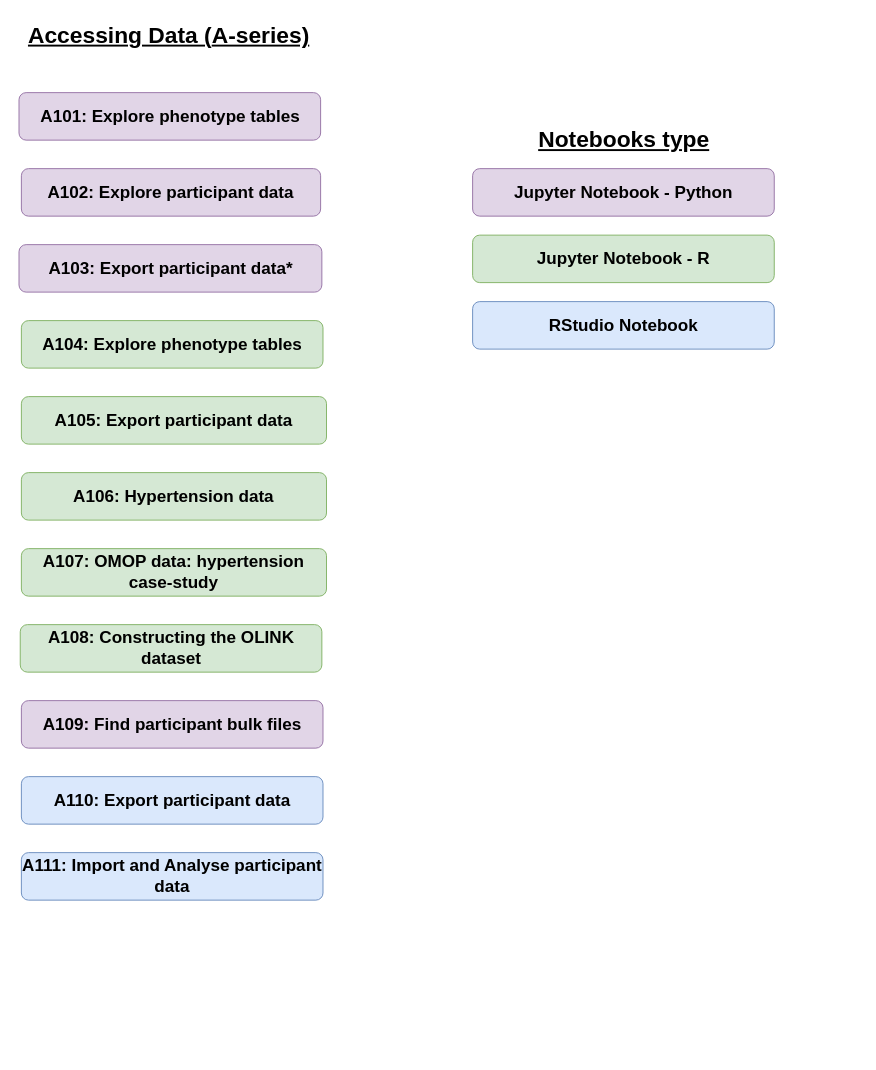
Above: access_data.drawio in UK-Biobank/UKB-RAP-Notebooks-Access (draw.io), before the change. Source tidied: cells renumbered, new cells numbered last; positions are measured from the earlier drawing's top-left corner, leaving out a move shared by most shapes. Both pictures are drawn from the tidied source at 95%, with x=0, y=0 at pixel (16, 16).
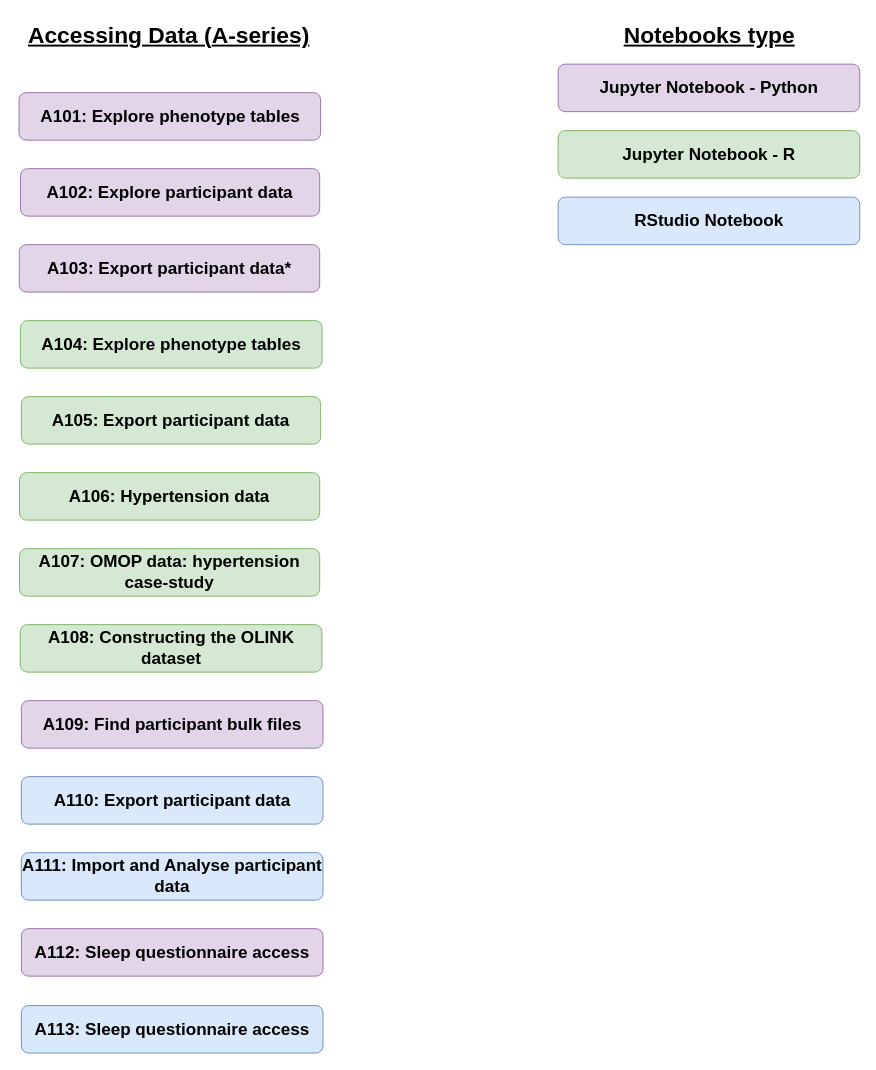
Above is the later version.

Commit message (it also covers changes not shown here):
Add RStudio notebook for sleep questionnaire data access (#27)

The edit, as a diff of the source:
```diff
@@
 <mxGraphModel>
   <root>
     <mxCell id="0" />
     <mxCell id="1" parent="0" />
     <mxCell id="2" value="&lt;font style=&quot;font-size: 24px;&quot;&gt;&lt;b style=&quot;&quot;&gt;&lt;u style=&quot;&quot;&gt;&lt;font style=&quot;font-size: 24px;&quot;&gt;Accessing Data (&lt;/font&gt;&lt;/u&gt;&lt;/b&gt;&lt;b style=&quot;background-color: initial;&quot;&gt;&lt;u style=&quot;&quot;&gt;A-series)&lt;/u&gt;&lt;/b&gt;&lt;/font&gt;" style="text;html=1;align=center;verticalAlign=middle;strokeColor=none;fillColor=none;fontSize=14;" parent="1" vertex="1">
       <mxGeometry width="320" height="40" as="geometry" />
     </mxCell>
     <mxCell id="3" value="&lt;p&gt;&lt;font size=&quot;1&quot; style=&quot;&quot; color=&quot;#000000&quot;&gt;&lt;b style=&quot;font-size: 18px;&quot;&gt;A101: Explore phenotype tables&lt;/b&gt;&lt;/font&gt;&lt;/p&gt;" style="whiteSpace=wrap;html=1;fillColor=#e1d5e7;strokeColor=#9673a6;rounded=1;" parent="1" vertex="1">
       <mxGeometry x="2.5" y="80" width="317.5" height="50" as="geometry" />
     </mxCell>
     <mxCell id="4" value="&lt;p&gt;&lt;b&gt;&lt;font style=&quot;font-size: 18px;&quot; color=&quot;#000000&quot;&gt;A102: Explore participant data&lt;/font&gt;&lt;/b&gt;&lt;/p&gt;" style="whiteSpace=wrap;html=1;fillColor=#e1d5e7;strokeColor=#9673a6;rounded=1;" parent="1" vertex="1">
-      <mxGeometry x="5" y="160" width="315" height="50" as="geometry" />
+      <mxGeometry x="4" y="160" width="315" height="50" as="geometry" />
     </mxCell>
     <mxCell id="5" value="&lt;p&gt;&lt;b&gt;&lt;font style=&quot;font-size: 18px;&quot; color=&quot;#000000&quot;&gt;A103: Export participant data*&lt;/font&gt;&lt;/b&gt;&lt;/p&gt;" style="whiteSpace=wrap;html=1;fillColor=#e1d5e7;strokeColor=#9673a6;rounded=1;" parent="1" vertex="1">
-      <mxGeometry x="2.5" y="240" width="318.8" height="50" as="geometry" />
+      <mxGeometry x="2.8" y="240" width="316.2" height="50" as="geometry" />
     </mxCell>
     <mxCell id="6" value="&lt;p&gt;&lt;b&gt;&lt;font style=&quot;font-size: 18px;&quot; color=&quot;#000000&quot;&gt;A104: Explore phenotype tables&lt;/font&gt;&lt;/b&gt;&lt;/p&gt;" style="whiteSpace=wrap;html=1;fillColor=#d5e8d4;strokeColor=#82b366;rounded=1;" parent="1" vertex="1">
-      <mxGeometry x="5" y="320" width="317.5" height="50" as="geometry" />
+      <mxGeometry x="4" y="320" width="317.5" height="50" as="geometry" />
     </mxCell>
     <mxCell id="7" value="&lt;p&gt;&lt;b&gt;&lt;font style=&quot;font-size: 18px;&quot; color=&quot;#000000&quot;&gt;A105: Export participant data&lt;/font&gt;&lt;/b&gt;&lt;/p&gt;" style="whiteSpace=wrap;html=1;fillColor=#d5e8d4;strokeColor=#82b366;rounded=1;" parent="1" vertex="1">
-      <mxGeometry x="5" y="400" width="321.2" height="50" as="geometry" />
+      <mxGeometry x="5" y="400" width="315" height="50" as="geometry" />
     </mxCell>
     <mxCell id="8" value="&lt;p style=&quot;font-size: 18px;&quot;&gt;&lt;b&gt;&lt;font style=&quot;font-size: 18px;&quot; color=&quot;#000000&quot;&gt;A107: &lt;/font&gt;&lt;span style=&quot;background-color: initial;&quot;&gt;OMOP data: hypertension case-study&lt;/span&gt;&lt;/b&gt;&lt;/p&gt;" style="whiteSpace=wrap;html=1;fillColor=#d5e8d4;strokeColor=#82b366;rounded=1;" parent="1" vertex="1">
-      <mxGeometry x="5" y="560" width="321.2" height="50" as="geometry" />
+      <mxGeometry x="3" y="560" width="316" height="50" as="geometry" />
     </mxCell>
     <mxCell id="9" value="&lt;p&gt;&lt;b&gt;&lt;font style=&quot;font-size: 18px;&quot; color=&quot;#000000&quot;&gt;A106: Hypertension data&lt;/font&gt;&lt;/b&gt;&lt;/p&gt;" style="whiteSpace=wrap;html=1;fillColor=#d5e8d4;strokeColor=#82b366;rounded=1;" parent="1" vertex="1">
-      <mxGeometry x="5" y="480" width="321.2" height="50" as="geometry" />
+      <mxGeometry x="3" y="480" width="316" height="50" as="geometry" />
     </mxCell>
     <mxCell id="10" value="&lt;p style=&quot;&quot;&gt;&lt;b style=&quot;&quot;&gt;&lt;font style=&quot;font-size: 18px;&quot; color=&quot;#000000&quot;&gt;A108: Constructing the OLINK dataset&lt;/font&gt;&lt;/b&gt;&lt;/p&gt;" style="whiteSpace=wrap;html=1;fillColor=#d5e8d4;strokeColor=#82b366;rounded=1;" parent="1" vertex="1">
       <mxGeometry x="3.8" y="640" width="317.5" height="50" as="geometry" />
     </mxCell>
     <mxCell id="11" value="&lt;p style=&quot;&quot;&gt;&lt;b style=&quot;&quot;&gt;&lt;font style=&quot;font-size: 18px;&quot; color=&quot;#000000&quot;&gt;A109: Find participant bulk files&lt;/font&gt;&lt;/b&gt;&lt;/p&gt;" style="whiteSpace=wrap;html=1;fillColor=#e1d5e7;strokeColor=#9673a6;rounded=1;" parent="1" vertex="1">
       <mxGeometry x="5" y="720" width="317.5" height="50" as="geometry" />
     </mxCell>
     <mxCell id="12" value="&lt;p style=&quot;&quot;&gt;&lt;b style=&quot;&quot;&gt;&lt;font style=&quot;font-size: 18px;&quot; color=&quot;#000000&quot;&gt;A110: Export participant data&lt;/font&gt;&lt;/b&gt;&lt;/p&gt;" style="whiteSpace=wrap;html=1;fillColor=#dae8fc;strokeColor=#6c8ebf;rounded=1;" parent="1" vertex="1">
       <mxGeometry x="5" y="800" width="317.5" height="50" as="geometry" />
     </mxCell>
     <mxCell id="13" value="&lt;p style=&quot;&quot;&gt;&lt;b style=&quot;&quot;&gt;&lt;font style=&quot;font-size: 18px;&quot; color=&quot;#000000&quot;&gt;A111: Import and Analyse participant data&lt;/font&gt;&lt;/b&gt;&lt;/p&gt;" style="whiteSpace=wrap;html=1;fillColor=#dae8fc;strokeColor=#6c8ebf;rounded=1;" parent="1" vertex="1">
       <mxGeometry x="5" y="880" width="317.5" height="50" as="geometry" />
     </mxCell>
     <mxCell id="14" value="&lt;p&gt;&lt;font size=&quot;1&quot; style=&quot;&quot; color=&quot;#000000&quot;&gt;&lt;b style=&quot;font-size: 18px;&quot;&gt;Jupyter Notebook - Python&lt;/b&gt;&lt;/font&gt;&lt;/p&gt;" style="whiteSpace=wrap;html=1;fillColor=#e1d5e7;strokeColor=#9673a6;rounded=1;shadow=0;" parent="1" vertex="1">
-      <mxGeometry x="480" y="160" width="317.5" height="50" as="geometry" />
+      <mxGeometry x="570" y="50" width="317.5" height="50" as="geometry" />
     </mxCell>
     <mxCell id="15" value="&lt;p&gt;&lt;font size=&quot;1&quot; style=&quot;&quot; color=&quot;#000000&quot;&gt;&lt;b style=&quot;font-size: 18px;&quot;&gt;Jupyter Notebook - R&lt;/b&gt;&lt;/font&gt;&lt;/p&gt;" style="whiteSpace=wrap;html=1;fillColor=#d5e8d4;strokeColor=#82b366;rounded=1;shadow=0;" parent="1" vertex="1">
-      <mxGeometry x="480" y="230" width="317.5" height="50" as="geometry" />
+      <mxGeometry x="570" y="120" width="317.5" height="50" as="geometry" />
     </mxCell>
     <mxCell id="16" value="&lt;p&gt;&lt;span style=&quot;font-size: 18px;&quot;&gt;&lt;b&gt;RStudio Notebook&lt;/b&gt;&lt;/span&gt;&lt;/p&gt;" style="whiteSpace=wrap;html=1;fillColor=#dae8fc;strokeColor=#6c8ebf;rounded=1;shadow=0;" parent="1" vertex="1">
-      <mxGeometry x="480" y="300" width="317.5" height="50" as="geometry" />
+      <mxGeometry x="570" y="190" width="317.5" height="50" as="geometry" />
     </mxCell>
     <mxCell id="17" value="&lt;span style=&quot;font-size: 24px;&quot;&gt;&lt;b&gt;&lt;u&gt;Notebooks type&lt;/u&gt;&lt;/b&gt;&lt;/span&gt;" style="text;html=1;align=center;verticalAlign=middle;strokeColor=none;fillColor=none;fontSize=14;" parent="1" vertex="1">
-      <mxGeometry x="538.8" y="110" width="200" height="40" as="geometry" />
+      <mxGeometry x="628.8" width="200" height="40" as="geometry" />
     </mxCell>
+    <mxCell id="18" value="&lt;p style=&quot;&quot;&gt;&lt;b style=&quot;&quot;&gt;&lt;font style=&quot;font-size: 18px;&quot; color=&quot;#000000&quot;&gt;A112: Sleep questionnaire access&lt;/font&gt;&lt;/b&gt;&lt;/p&gt;" style="whiteSpace=wrap;html=1;fillColor=#E1D5E7;strokeColor=#9673A6;rounded=1;gradientColor=none;" parent="1" vertex="1">
+      <mxGeometry x="5" y="960" width="317.5" height="50" as="geometry" />
+    </mxCell>
+    <mxCell id="19" value="&lt;p style=&quot;&quot;&gt;&lt;b&gt;&lt;font style=&quot;font-size: 18px;&quot;&gt;A113: Sleep questionnaire access&lt;/font&gt;&lt;/b&gt;&lt;/p&gt;" style="whiteSpace=wrap;html=1;fillColor=#dae8fc;strokeColor=#6c8ebf;rounded=1;" parent="1" vertex="1">
+      <mxGeometry x="5" y="1041" width="317.5" height="50" as="geometry" />
+    </mxCell>
   </root>
 </mxGraphModel>
```
